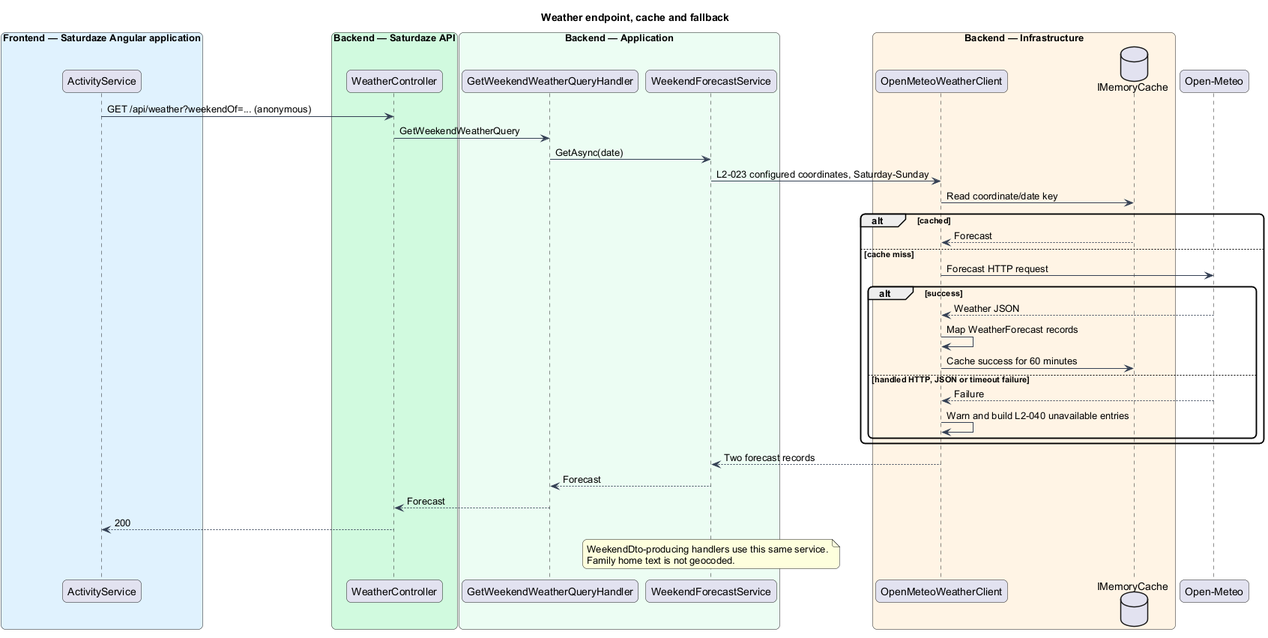
The PlantUML diagram docs/detailed-designs/weather/view-weekend-weather/diagrams/sequence-weather.png in QuinntyneBrown/saturdaze, before a commit. Source of this version:
```plantuml
@startuml
title Weather endpoint, cache and fallback
skinparam backgroundColor #FFFFFF
skinparam shadowing false
skinparam roundcorner 12
skinparam defaultFontName Arial
skinparam ArrowColor #344054

box "Frontend — Saturdaze Angular application" #E0F2FE
 participant "ActivityService" as client
end box
box "Backend — Saturdaze API" #D1FADF
 participant "WeatherController" as ctrl
end box
box "Backend — Application" #ECFDF3
 participant "GetWeekendWeatherQueryHandler" as handler
 participant "WeekendForecastService" as forecast
end box
box "Backend — Infrastructure" #FFF4E5
 participant "OpenMeteoWeatherClient" as weather
 database "IMemoryCache" as cache
end box
participant "Open-Meteo" as provider
client -> ctrl : GET /api/weather?weekendOf=... (anonymous)
ctrl -> handler : GetWeekendWeatherQuery
handler -> forecast : GetAsync(date)
forecast -> weather : L2-023 configured coordinates, Saturday-Sunday
weather -> cache : Read coordinate/date key
alt cached
cache --> weather : Forecast
else cache miss
weather -> provider : Forecast HTTP request
alt success
provider --> weather : Weather JSON
weather -> weather : Map WeatherForecast records
weather -> cache : Cache success for 60 minutes
else handled HTTP, JSON or timeout failure
provider --> weather : Failure
weather -> weather : Warn and build L2-040 unavailable entries
end
end
weather --> forecast : Two forecast records
forecast --> handler : Forecast
handler --> ctrl : Forecast
ctrl --> client : 200
note over forecast
WeekendDto-producing handlers use this same service.
Family home text is not geocoded.
end note
@enduml
```
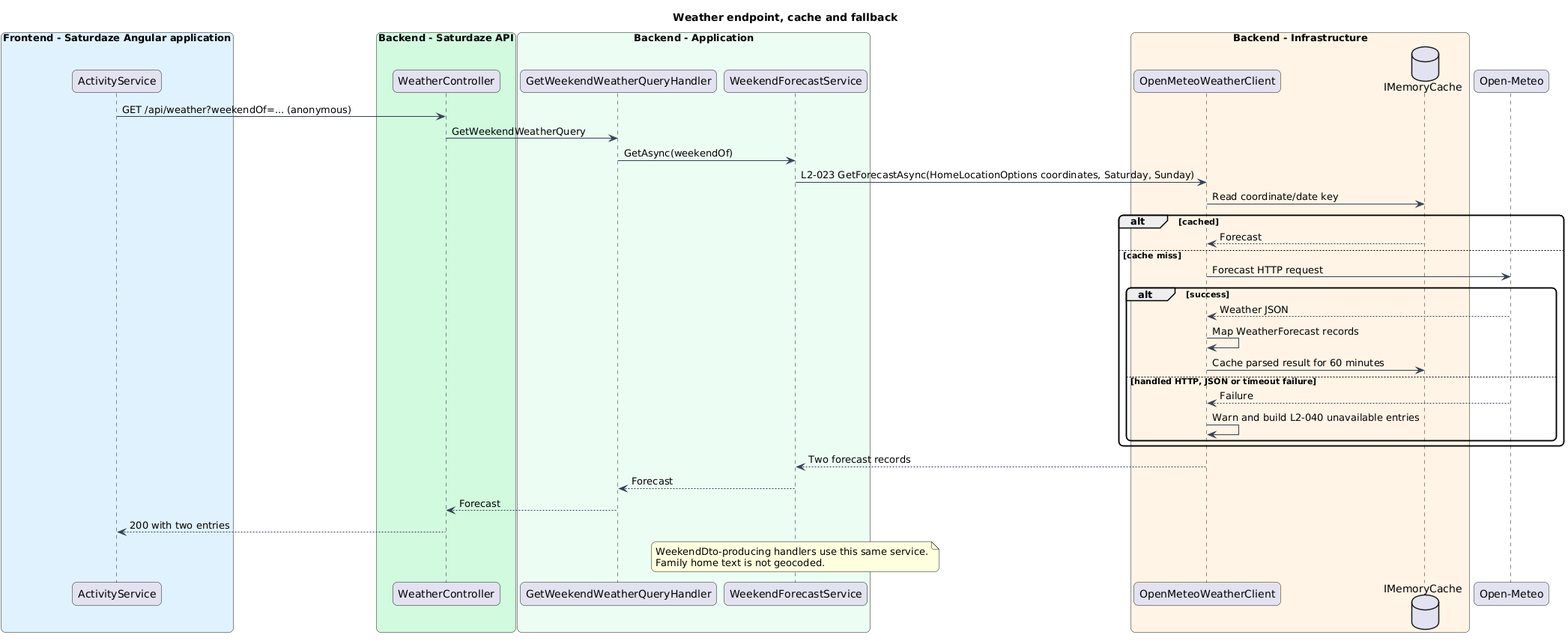
Above is the later version.

Diff of the diagram source:
```diff
@@ -6,25 +6,25 @@
 skinparam defaultFontName Arial
 skinparam ArrowColor #344054
 
-box "Frontend — Saturdaze Angular application" #E0F2FE
+box "Frontend - Saturdaze Angular application" #E0F2FE
  participant "ActivityService" as client
 end box
-box "Backend — Saturdaze API" #D1FADF
+box "Backend - Saturdaze API" #D1FADF
  participant "WeatherController" as ctrl
 end box
-box "Backend — Application" #ECFDF3
+box "Backend - Application" #ECFDF3
  participant "GetWeekendWeatherQueryHandler" as handler
  participant "WeekendForecastService" as forecast
 end box
-box "Backend — Infrastructure" #FFF4E5
+box "Backend - Infrastructure" #FFF4E5
  participant "OpenMeteoWeatherClient" as weather
  database "IMemoryCache" as cache
 end box
 participant "Open-Meteo" as provider
 client -> ctrl : GET /api/weather?weekendOf=... (anonymous)
 ctrl -> handler : GetWeekendWeatherQuery
-handler -> forecast : GetAsync(date)
-forecast -> weather : L2-023 configured coordinates, Saturday-Sunday
+handler -> forecast : GetAsync(weekendOf)
+forecast -> weather : L2-023 GetForecastAsync(HomeLocationOptions coordinates, Saturday, Sunday)
 weather -> cache : Read coordinate/date key
 alt cached
 cache --> weather : Forecast
@@ -33,7 +33,7 @@
 alt success
 provider --> weather : Weather JSON
 weather -> weather : Map WeatherForecast records
-weather -> cache : Cache success for 60 minutes
+weather -> cache : Cache parsed result for 60 minutes
 else handled HTTP, JSON or timeout failure
 provider --> weather : Failure
 weather -> weather : Warn and build L2-040 unavailable entries
@@ -42,7 +42,7 @@
 weather --> forecast : Two forecast records
 forecast --> handler : Forecast
 handler --> ctrl : Forecast
-ctrl --> client : 200
+ctrl --> client : 200 with two entries
 note over forecast
 WeekendDto-producing handlers use this same service.
 Family home text is not geocoded.
```
